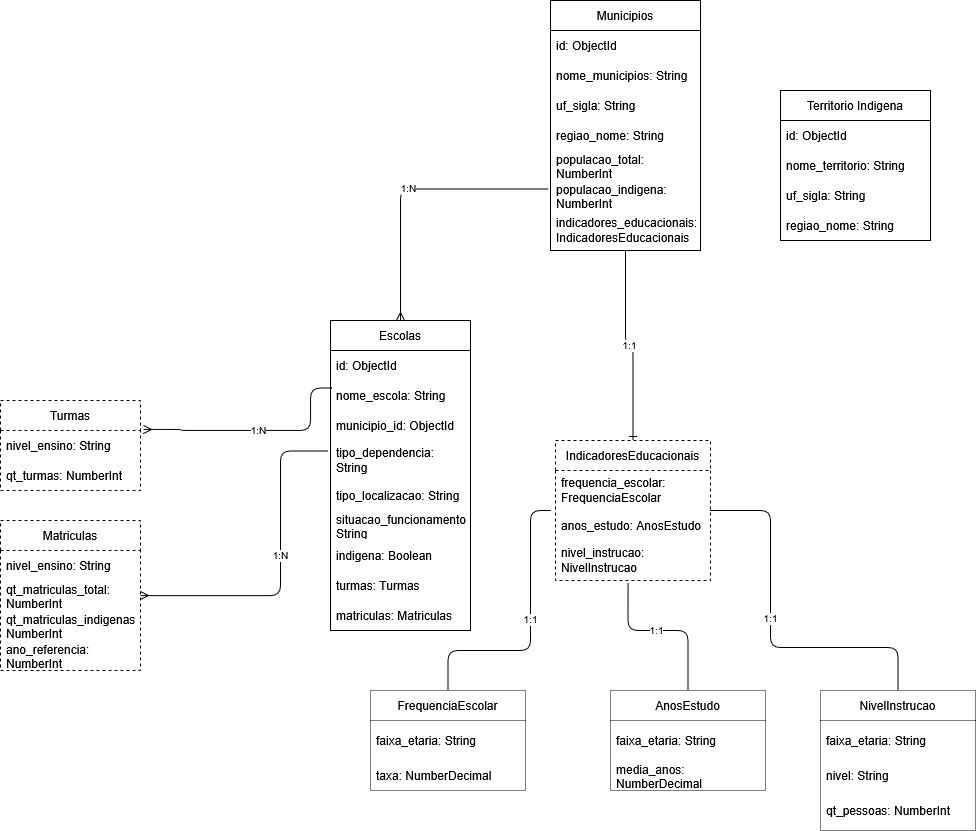
This is modelos/modelo lógico.png from aabenjamim/MC536_ed_indigena_mongo, a draw.io export, as it was before one commit. Source tidied: cells renumbered, new cells last; positions are measured from the earlier drawing's top-left corner, leaving out a move shared by most shapes.
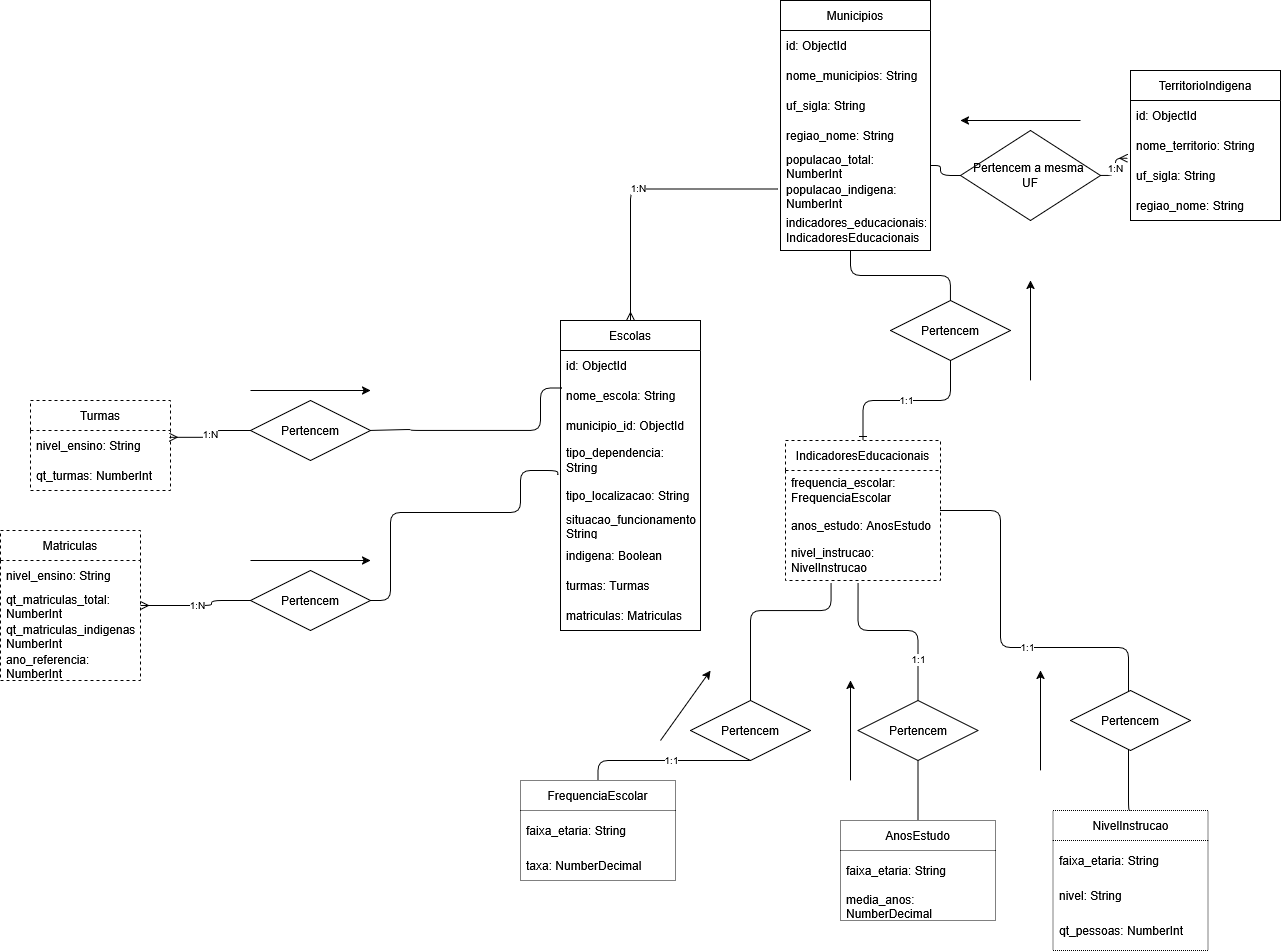
After the commit.

Commit message:
Updated logical model

Change to the diagram source:
```diff
@@ -5,29 +5,14 @@
     <mxCell id="2" value="1:N" style="edgeStyle=orthogonalEdgeStyle;html=1;fontSize=10;endArrow=ERmany;entryX=0.5;entryY=0;entryDx=0;entryDy=0;exitX=-0.019;exitY=0.28;exitDx=0;exitDy=0;exitPerimeter=0;" parent="1" edge="1" source="35" target="11">
       <mxGeometry relative="1" as="geometry" />
     </mxCell>
-    <mxCell id="3" value="1:1" style="edgeStyle=orthogonalEdgeStyle;html=1;fontSize=10;endArrow=ERone;exitX=0.5;exitY=1;exitDx=0;exitDy=0;entryX=0.5;entryY=0;entryDx=0;entryDy=0;" parent="1" edge="1" source="29" target="37">
+    <mxCell id="3" value="1:1" style="edgeStyle=orthogonalEdgeStyle;html=1;fontSize=10;endArrow=ERone;exitX=0.5;exitY=1;exitDx=0;exitDy=0;entryX=0.5;entryY=0;entryDx=0;entryDy=0;" parent="1" edge="1" source="62" target="37">
       <mxGeometry relative="1" as="geometry" />
     </mxCell>
-    <mxCell id="4" value="1:N" style="edgeStyle=orthogonalEdgeStyle;html=1;fontSize=10;endArrow=ERmany;exitX=-0.021;exitY=0.26;exitDx=0;exitDy=0;exitPerimeter=0;" parent="1" edge="1" source="15" target="24">
-      <mxGeometry x="-0.09" relative="1" as="geometry">
-        <Array as="points">
-          <mxPoint x="280" y="450" />
-          <mxPoint x="280" y="595" />
-        </Array>
-      </mxGeometry>
-    </mxCell>
-    <mxCell id="5" value="1:N" style="edgeStyle=orthogonalEdgeStyle;html=1;fontSize=10;endArrow=ERmany;exitX=0.01;exitY=0.253;exitDx=0;exitDy=0;exitPerimeter=0;entryX=1.021;entryY=-0.033;entryDx=0;entryDy=0;entryPerimeter=0;" parent="1" edge="1" source="13" target="22">
-      <mxGeometry relative="1" as="geometry">
-        <Array as="points">
-          <mxPoint x="310" y="388" />
-          <mxPoint x="310" y="430" />
-          <mxPoint x="180" y="430" />
-          <mxPoint x="180" y="429" />
-        </Array>
-      </mxGeometry>
+    <mxCell id="5" value="1:N" style="edgeStyle=orthogonalEdgeStyle;html=1;fontSize=10;endArrow=ERmany;exitX=0;exitY=0.5;exitDx=0;exitDy=0;entryX=0.991;entryY=0.227;entryDx=0;entryDy=0;entryPerimeter=0;" parent="1" edge="1" source="56" target="22">
+      <mxGeometry relative="1" as="geometry" />
     </mxCell>
-    <mxCell id="6" value="Territorio Indigena" style="swimlane;fontStyle=0;horizontal=1;startSize=30;whiteSpace=wrap;html=1;" parent="1" vertex="1">
-      <mxGeometry x="780" y="90" width="150" height="150" as="geometry" />
+    <mxCell id="6" value="TerritorioIndigena" style="swimlane;fontStyle=0;horizontal=1;startSize=30;whiteSpace=wrap;html=1;" parent="1" vertex="1">
+      <mxGeometry x="900" y="70" width="150" height="150" as="geometry" />
     </mxCell>
     <mxCell id="7" value="id: ObjectId" style="text;strokeColor=none;fillColor=none;align=left;verticalAlign=middle;spacingLeft=4;spacingRight=4;overflow=hidden;whiteSpace=wrap;html=1;" parent="6" vertex="1">
       <mxGeometry y="30" width="150" height="30" as="geometry" />
@@ -72,7 +57,7 @@
       <mxGeometry y="280" width="140" height="30" as="geometry" />
     </mxCell>
     <mxCell id="21" value="Turmas" style="swimlane;fontStyle=0;horizontal=1;startSize=30;whiteSpace=wrap;html=1;dashed=1;" parent="1" vertex="1">
-      <mxGeometry y="400" width="140" height="90" as="geometry" />
+      <mxGeometry x="-200" y="400" width="140" height="90" as="geometry" />
     </mxCell>
     <mxCell id="22" value="nivel_ensino: String" style="text;strokeColor=none;fillColor=none;align=left;verticalAlign=middle;spacingLeft=4;spacingRight=4;overflow=hidden;points=[[0,0.5],[1,0.5]];portConstraint=eastwest;whiteSpace=wrap;html=1;" parent="21" vertex="1">
       <mxGeometry y="30" width="140" height="30" as="geometry" />
@@ -81,7 +66,7 @@
       <mxGeometry y="60" width="140" height="30" as="geometry" />
     </mxCell>
     <mxCell id="24" value="Matriculas" style="swimlane;fontStyle=0;horizontal=1;startSize=30;whiteSpace=wrap;html=1;dashed=1;" parent="1" vertex="1">
-      <mxGeometry y="520" width="140" height="150" as="geometry" />
+      <mxGeometry x="-230" y="530" width="140" height="150" as="geometry" />
     </mxCell>
     <mxCell id="25" value="nivel_ensino: String" style="text;strokeColor=none;fillColor=none;align=left;verticalAlign=middle;spacingLeft=4;spacingRight=4;overflow=hidden;whiteSpace=wrap;html=1;" parent="24" vertex="1">
       <mxGeometry y="30" width="140" height="30" as="geometry" />
@@ -132,7 +117,7 @@
       <mxGeometry y="100" width="155" height="40" as="geometry" />
     </mxCell>
     <mxCell id="41" value="FrequenciaEscolar" style="swimlane;fontStyle=0;horizontal=1;startSize=30;whiteSpace=wrap;html=1;dashed=1;dashPattern=1 1;" parent="1" vertex="1">
-      <mxGeometry x="370" y="690" width="155" height="100" as="geometry" />
+      <mxGeometry x="290" y="780" width="155" height="100" as="geometry" />
     </mxCell>
     <mxCell id="42" value="faixa_etaria: String" style="text;strokeColor=none;fillColor=none;align=left;verticalAlign=middle;spacingLeft=4;spacingRight=4;overflow=hidden;whiteSpace=wrap;html=1;" parent="41" vertex="1">
       <mxGeometry y="30" width="155" height="40" as="geometry" />
@@ -141,7 +126,7 @@
       <mxGeometry y="70" width="155" height="30" as="geometry" />
     </mxCell>
     <mxCell id="44" value="AnosEstudo" style="swimlane;fontStyle=0;horizontal=1;startSize=30;whiteSpace=wrap;html=1;dashed=1;dashPattern=1 1;" parent="1" vertex="1">
-      <mxGeometry x="610" y="690" width="155" height="100" as="geometry" />
+      <mxGeometry x="610" y="820" width="155" height="100" as="geometry" />
     </mxCell>
     <mxCell id="45" value="faixa_etaria: String" style="text;strokeColor=none;fillColor=none;align=left;verticalAlign=middle;spacingLeft=4;spacingRight=4;overflow=hidden;whiteSpace=wrap;html=1;" parent="44" vertex="1">
       <mxGeometry y="30" width="155" height="40" as="geometry" />
@@ -150,7 +135,7 @@
       <mxGeometry y="70" width="155" height="30" as="geometry" />
     </mxCell>
     <mxCell id="47" value="NivelInstrucao" style="swimlane;fontStyle=0;horizontal=1;startSize=30;whiteSpace=wrap;html=1;dashed=1;dashPattern=1 1;" parent="1" vertex="1">
-      <mxGeometry x="820" y="690" width="155" height="140" as="geometry" />
+      <mxGeometry x="822.5" y="810" width="155" height="140" as="geometry" />
     </mxCell>
     <mxCell id="48" value="faixa_etaria: String" style="text;strokeColor=none;fillColor=none;align=left;verticalAlign=middle;spacingLeft=4;spacingRight=4;overflow=hidden;whiteSpace=wrap;html=1;" parent="47" vertex="1">
       <mxGeometry y="30" width="155" height="40" as="geometry" />
@@ -161,12 +146,11 @@
     <mxCell id="50" value="qt_pessoas: NumberInt" style="text;strokeColor=none;fillColor=none;align=left;verticalAlign=middle;spacingLeft=4;spacingRight=4;overflow=hidden;whiteSpace=wrap;html=1;" parent="47" vertex="1">
       <mxGeometry y="100" width="155" height="40" as="geometry" />
     </mxCell>
-    <mxCell id="51" value="1:1" style="edgeStyle=orthogonalEdgeStyle;html=1;fontSize=10;endArrow=none;exitX=-0.032;exitY=0;exitDx=0;exitDy=0;exitPerimeter=0;entryX=0.5;entryY=0;entryDx=0;entryDy=0;startFill=0;" parent="1" edge="1" source="39" target="41">
+    <mxCell id="51" value="1:1" style="edgeStyle=orthogonalEdgeStyle;html=1;fontSize=10;endArrow=none;exitX=0.5;exitY=1;exitDx=0;exitDy=0;entryX=0.5;entryY=0;entryDx=0;entryDy=0;startFill=0;" parent="1" edge="1" source="64" target="41">
       <mxGeometry x="-0.09" relative="1" as="geometry">
         <Array as="points">
-          <mxPoint x="530" y="510" />
-          <mxPoint x="530" y="650" />
-          <mxPoint x="448" y="650" />
+          <mxPoint x="450" y="760" />
+          <mxPoint x="368" y="760" />
         </Array>
       </mxGeometry>
     </mxCell>
@@ -187,5 +171,123 @@
         </Array>
       </mxGeometry>
     </mxCell>
+    <mxCell id="54" value="1:N" style="edgeStyle=orthogonalEdgeStyle;html=1;fontSize=10;endArrow=ERmany;entryX=-0.019;entryY=-0.073;entryDx=0;entryDy=0;exitX=1;exitY=0.5;exitDx=0;exitDy=0;entryPerimeter=0;" parent="1" edge="1" source="73" target="9">
+      <mxGeometry relative="1" as="geometry" />
+    </mxCell>
+    <mxCell id="55" style="edgeStyle=orthogonalEdgeStyle;html=1;fontSize=10;endArrow=none;exitX=0.01;exitY=0.253;exitDx=0;exitDy=0;exitPerimeter=0;entryX=1;entryY=0.5;entryDx=0;entryDy=0;startFill=0;" parent="1" edge="1" source="13" target="56">
+      <mxGeometry relative="1" as="geometry">
+        <Array as="points">
+          <mxPoint x="310" y="388" />
+          <mxPoint x="310" y="430" />
+          <mxPoint x="180" y="430" />
+          <mxPoint x="180" y="429" />
+        </Array>
+      </mxGeometry>
+    </mxCell>
+    <mxCell id="56" value="Pertencem" style="shape=rhombus;perimeter=rhombusPerimeter;whiteSpace=wrap;html=1;align=center;" parent="1" vertex="1">
+      <mxGeometry x="20" y="400" width="120" height="60" as="geometry" />
+    </mxCell>
+    <mxCell id="57" value="Pertencem" style="shape=rhombus;perimeter=rhombusPerimeter;whiteSpace=wrap;html=1;align=center;" parent="1" vertex="1">
+      <mxGeometry x="20" y="570" width="120" height="60" as="geometry" />
+    </mxCell>
+    <mxCell id="58" value="1:N" style="edgeStyle=orthogonalEdgeStyle;html=1;fontSize=10;endArrow=ERmany;exitX=0;exitY=0.5;exitDx=0;exitDy=0;entryX=1;entryY=0.5;entryDx=0;entryDy=0;" parent="1" edge="1" source="57" target="26">
+      <mxGeometry relative="1" as="geometry">
+        <Array as="points">
+          <mxPoint x="-19" y="600" />
+          <mxPoint x="-19" y="605" />
+        </Array>
+      </mxGeometry>
+    </mxCell>
+    <mxCell id="59" style="edgeStyle=orthogonalEdgeStyle;html=1;fontSize=10;endArrow=none;exitX=-0.019;exitY=0.86;exitDx=0;exitDy=0;exitPerimeter=0;entryX=1;entryY=0.5;entryDx=0;entryDy=0;startFill=0;" parent="1" edge="1" source="15" target="57">
+      <mxGeometry relative="1" as="geometry">
+        <Array as="points">
+          <mxPoint x="327" y="470" />
+          <mxPoint x="290" y="470" />
+          <mxPoint x="290" y="512" />
+          <mxPoint x="160" y="512" />
+        </Array>
+      </mxGeometry>
+    </mxCell>
+    <mxCell id="60" style="endArrow=classic;html=1;rounded=0;" parent="1" edge="1">
+      <mxGeometry relative="1" as="geometry">
+        <mxPoint x="20" y="390" as="sourcePoint" />
+        <mxPoint x="140" y="390" as="targetPoint" />
+      </mxGeometry>
+    </mxCell>
+    <mxCell id="61" style="endArrow=classic;html=1;rounded=0;" parent="1" edge="1">
+      <mxGeometry relative="1" as="geometry">
+        <mxPoint x="20" y="560" as="sourcePoint" />
+        <mxPoint x="140" y="560" as="targetPoint" />
+      </mxGeometry>
+    </mxCell>
+    <mxCell id="62" value="Pertencem" style="shape=rhombus;perimeter=rhombusPerimeter;whiteSpace=wrap;html=1;align=center;" parent="1" vertex="1">
+      <mxGeometry x="660" y="300" width="120" height="60" as="geometry" />
+    </mxCell>
+    <mxCell id="63" style="edgeStyle=orthogonalEdgeStyle;rounded=1;jettySize=auto;html=1;entryX=0.467;entryY=1;entryDx=0;entryDy=0;entryPerimeter=0;endArrow=none;startFill=0;curved=0;" parent="1" edge="1" source="62" target="36">
+      <mxGeometry relative="1" as="geometry" />
+    </mxCell>
+    <mxCell id="64" value="Pertencem" style="shape=rhombus;perimeter=rhombusPerimeter;whiteSpace=wrap;html=1;align=center;" parent="1" vertex="1">
+      <mxGeometry x="460" y="700" width="120" height="60" as="geometry" />
+    </mxCell>
+    <mxCell id="65" value="Pertencem" style="shape=rhombus;perimeter=rhombusPerimeter;whiteSpace=wrap;html=1;align=center;" parent="1" vertex="1">
+      <mxGeometry x="627.5" y="700" width="120" height="60" as="geometry" />
+    </mxCell>
+    <mxCell id="66" value="Pertencem" style="shape=rhombus;perimeter=rhombusPerimeter;whiteSpace=wrap;html=1;align=center;" parent="1" vertex="1">
+      <mxGeometry x="840" y="690" width="120" height="60" as="geometry" />
+    </mxCell>
+    <mxCell id="67" style="edgeStyle=orthogonalEdgeStyle;rounded=1;jettySize=auto;html=1;entryX=0.294;entryY=1.055;entryDx=0;entryDy=0;entryPerimeter=0;curved=0;endArrow=none;startFill=0;" parent="1" edge="1" source="64" target="40">
+      <mxGeometry relative="1" as="geometry">
+        <Array as="points">
+          <mxPoint x="520" y="710" />
+          <mxPoint x="520" y="610" />
+          <mxPoint x="601" y="610" />
+        </Array>
+      </mxGeometry>
+    </mxCell>
+    <mxCell id="68" style="endArrow=classic;html=1;rounded=0;" parent="1" edge="1">
+      <mxGeometry relative="1" as="geometry">
+        <mxPoint x="430" y="740" as="sourcePoint" />
+        <mxPoint x="480" y="670" as="targetPoint" />
+      </mxGeometry>
+    </mxCell>
+    <mxCell id="69" style="endArrow=classic;html=1;rounded=0;" parent="1" edge="1">
+      <mxGeometry relative="1" as="geometry">
+        <mxPoint x="620" y="780" as="sourcePoint" />
+        <mxPoint x="620" y="680" as="targetPoint" />
+        <Array as="points">
+          <mxPoint x="620" y="730" />
+        </Array>
+      </mxGeometry>
+    </mxCell>
+    <mxCell id="70" style="endArrow=classic;html=1;rounded=0;" parent="1" edge="1">
+      <mxGeometry relative="1" as="geometry">
+        <mxPoint x="810" y="770" as="sourcePoint" />
+        <mxPoint x="810" y="670" as="targetPoint" />
+        <Array as="points">
+          <mxPoint x="810" y="720" />
+        </Array>
+      </mxGeometry>
+    </mxCell>
+    <mxCell id="71" style="endArrow=classic;html=1;rounded=0;" parent="1" edge="1">
+      <mxGeometry relative="1" as="geometry">
+        <mxPoint x="800" y="380" as="sourcePoint" />
+        <mxPoint x="800" y="280" as="targetPoint" />
+        <Array as="points">
+          <mxPoint x="800" y="330" />
+        </Array>
+      </mxGeometry>
+    </mxCell>
+    <mxCell id="72" style="edgeStyle=orthogonalEdgeStyle;rounded=1;jettySize=auto;html=1;entryX=1;entryY=0.5;entryDx=0;entryDy=0;endArrow=none;startFill=0;curved=0;" parent="1" edge="1" source="73" target="34">
+      <mxGeometry relative="1" as="geometry" />
+    </mxCell>
+    <mxCell id="73" value="&lt;div&gt;Pertencem a mesma&amp;nbsp;&lt;/div&gt;&lt;div&gt;UF&lt;/div&gt;" style="shape=rhombus;perimeter=rhombusPerimeter;whiteSpace=wrap;html=1;align=center;" parent="1" vertex="1">
+      <mxGeometry x="730" y="130" width="140" height="90" as="geometry" />
+    </mxCell>
+    <mxCell id="74" style="endArrow=classic;html=1;rounded=0;" parent="1" edge="1">
+      <mxGeometry relative="1" as="geometry">
+        <mxPoint x="850" y="120" as="sourcePoint" />
+        <mxPoint x="730" y="120" as="targetPoint" />
+      </mxGeometry>
+    </mxCell>
   </root>
 </mxGraphModel>
```
